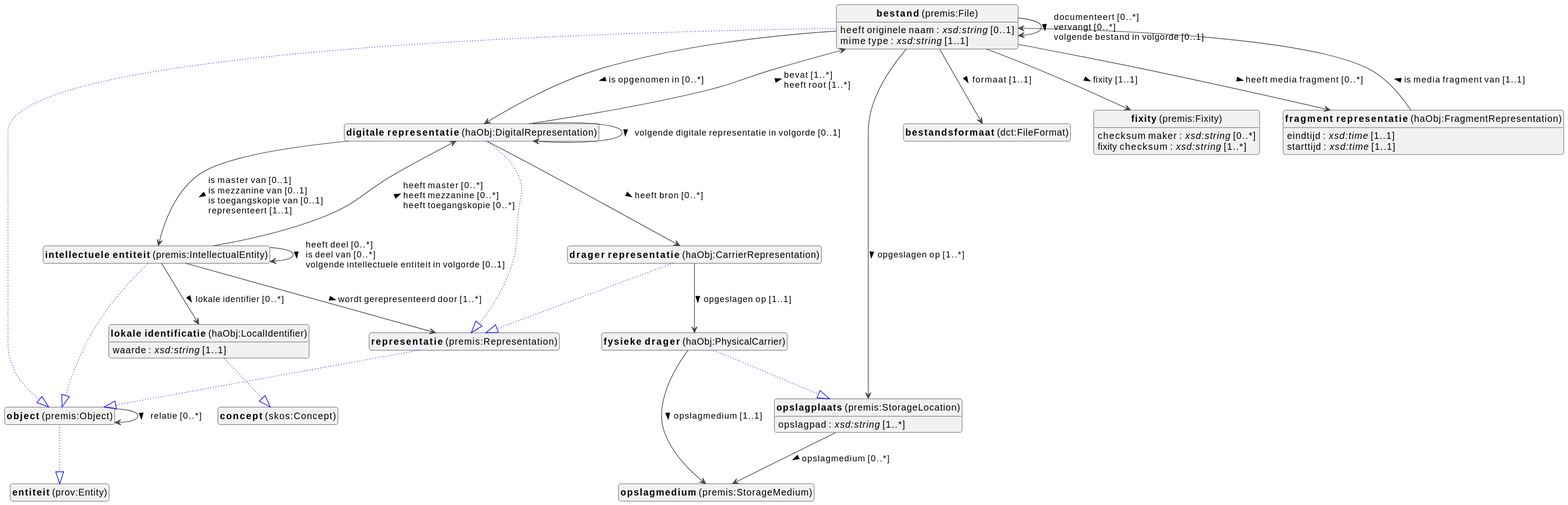
Before: docs/metadata/knowledge-graph/0.0.1/objects/nl/objects-diagram.svg, a diagram exported from PlantUML (viaacode/documentation-jekyll).
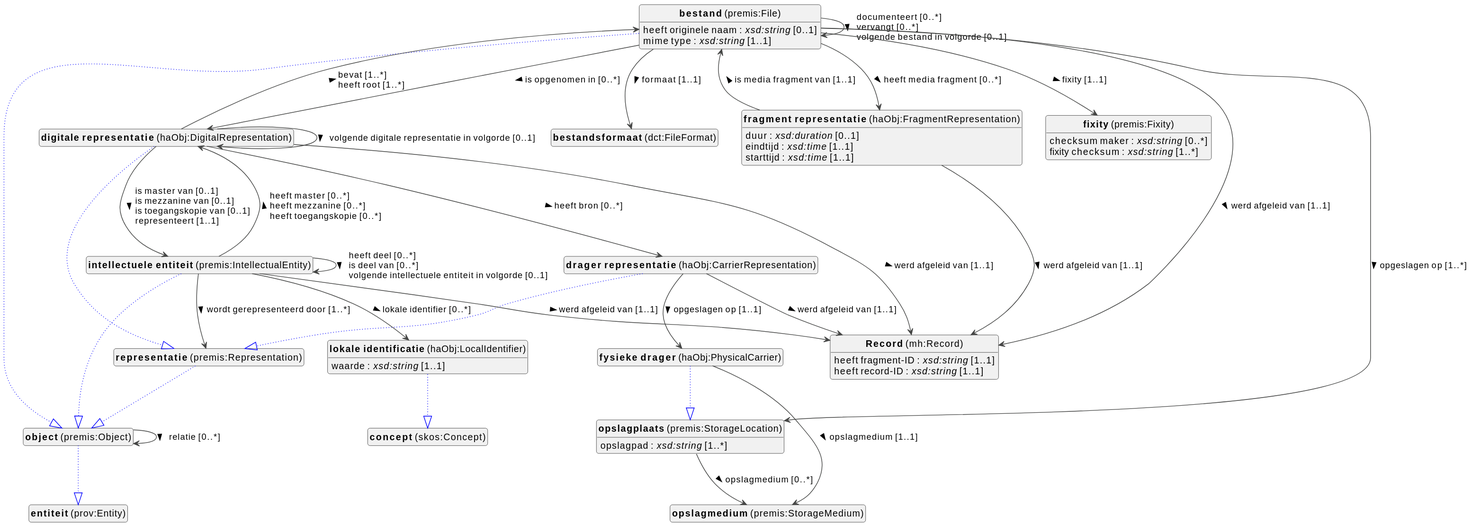
After the commit.

The edit, as a diff of the source:
```diff
@@ -10,6 +10,7 @@
 top to bottom direction
 
 
+class "<b>Record</b> (mh:Record)" as mh_Record [[#mh%3ARecord]]
 class "<b>bestand</b> (premis:File)" as premis_File [[#premis%3AFile]]
 class "<b>object</b> (premis:Object)" as premis_Object [[#premis%3AObject]]
 class "<b>bestandsformaat</b> (dct:FileFormat)" as dct_FileFormat [[#dct%3AFileFormat]]
@@ -32,6 +33,11 @@
 class "<b>representatie</b> (premis:Representation)" as premis_Representation [[#premis%3ARepresentation]]
 class "<b>object</b> (premis:Object)" as premis_Object [[#premis%3AObject]]
 
+
+mh_Record : heeft fragment-ID : <i>xsd:string</i> [1..1]
+mh_Record : heeft record-ID : <i>xsd:string</i> [1..1]
+
+
 premis_File --|> premis_Object #blue;line.dotted;text:blue
 
 premis_File : heeft (bestands)grootte : <i>xsd:nonNegativeInteger</i> [1..1]
@@ -40,6 +46,7 @@
 premis_File --> dct_FileFormat :formaat [1..1]  >
 premis_File --> haObj_DigitalRepresentation :is opgenomen in [0..*]  >
 premis_File --> haObj_FragmentRepresentation :heeft media fragment [0..*]  >
+premis_File --> mh_Record :werd afgeleid van [1..1]  >
 premis_File --> premis_File :documenteert [0..*]  \lvervangt [0..*]  \lvolgende bestand in volgorde [0..1]  >
 premis_File --> premis_Fixity :fixity [1..1]  >
 premis_File --> premis_StorageLocation :opgeslagen op [1..*]  >
@@ -52,12 +59,14 @@
 
 haObj_DigitalRepresentation --> haObj_CarrierRepresentation :heeft bron [0..*]  >
 haObj_DigitalRepresentation --> haObj_DigitalRepresentation :volgende digitale representatie in volgorde [0..1]  >
+haObj_DigitalRepresentation --> mh_Record :werd afgeleid van [1..1]  >
 haObj_DigitalRepresentation --> premis_File :bevat [1..*]  \lheeft root [1..*]  >
 haObj_DigitalRepresentation --> premis_IntellectualEntity :is master van [0..1]  \lis mezzanine van [0..1]  \lis toegangskopie van [0..1]  \lrepresenteert [1..1]  >
 
 haObj_CarrierRepresentation --|> premis_Representation #blue;line.dotted;text:blue
 
 haObj_CarrierRepresentation --> haObj_PhysicalCarrier :opgeslagen op [1..1]  >
+haObj_CarrierRepresentation --> mh_Record :werd afgeleid van [1..1]  >
 
 
 premis_Fixity : checksum maker : <i>xsd:string</i> [0..*]
@@ -65,9 +74,12 @@
 
 
 
+haObj_FragmentRepresentation : duur : <i>xsd:duration</i> [0..1]
 haObj_FragmentRepresentation : eindtijd : <i>xsd:time</i> [1..1]
 haObj_FragmentRepresentation : starttijd : <i>xsd:time</i> [1..1]
+haObj_FragmentRepresentation --> mh_Record :werd afgeleid van [1..1]  >
 haObj_FragmentRepresentation --> premis_File :is media fragment van [1..1]  >
+
 
 
 haObj_PhysicalCarrier --|> premis_StorageLocation #blue;line.dotted;text:blue
@@ -78,6 +90,7 @@
 
 premis_IntellectualEntity --> haObj_DigitalRepresentation :heeft master [0..*]  \lheeft mezzanine [0..*]  \lheeft toegangskopie [0..*]  >
 premis_IntellectualEntity --> haObj_LocalIdentifier :lokale identifier [0..*]  >
+premis_IntellectualEntity --> mh_Record :werd afgeleid van [1..1]  >
 premis_IntellectualEntity --> premis_IntellectualEntity :heeft deel [0..*]  \lis deel van [0..*]  \lvolgende intellectuele entiteit in volgorde [0..1]  >
 premis_IntellectualEntity --> premis_Representation :wordt gerepresenteerd door [1..*]  >
 
```
